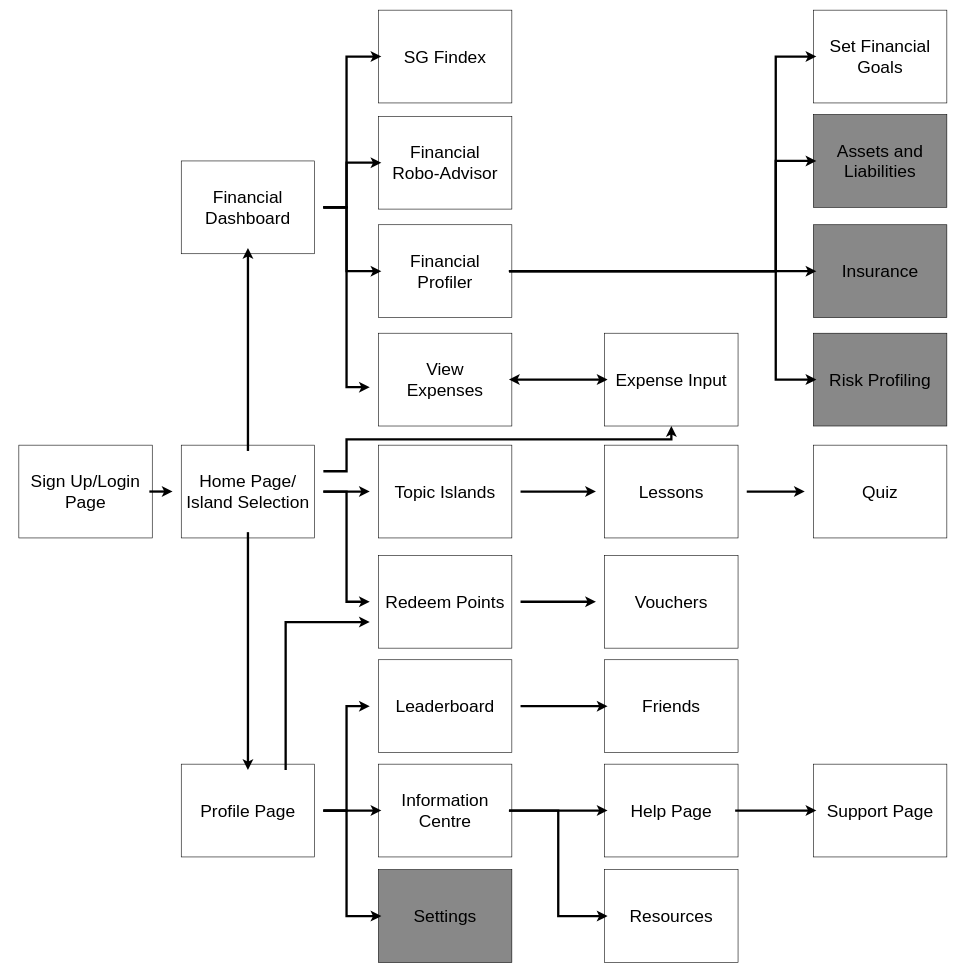
This is FinanceKaki_Iter2.drawio from tigercxx/hello-world, a draw.io file, before an edit. Source tidied: cells renumbered, new cells numbered last; positions are measured from the earlier drawing's top-left corner, leaving out a move shared by most shapes. Both pictures are drawn from the tidied source at 58%, with x=0, y=0 at pixel (10, 10).
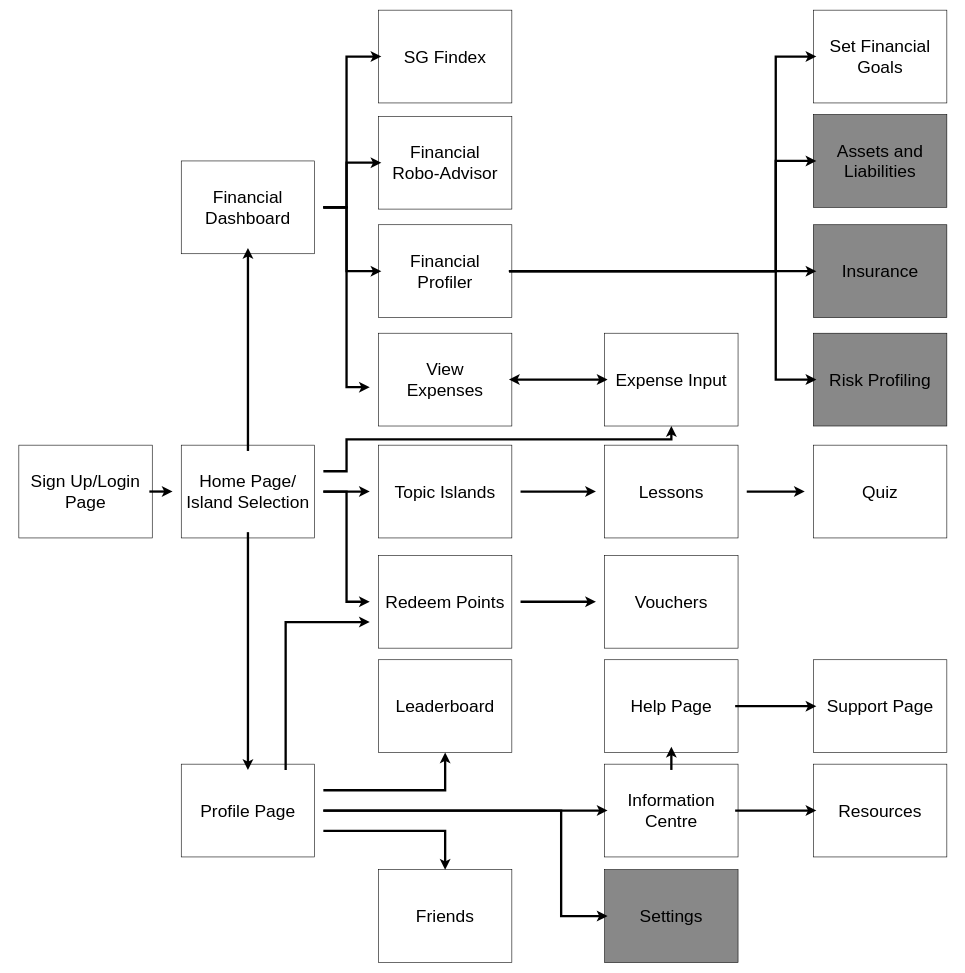
After the change.

The change refers to these unchanged cells:
```xml
<mxCell id="14" value="&lt;font style=&quot;font-size: 30px;&quot;&gt;Profile Page&lt;/font&gt;" style="text;html=1;strokeColor=none;fillColor=none;align=center;verticalAlign=middle;whiteSpace=wrap;rounded=0;" parent="12" vertex="1">
  <mxGeometry y="10" width="260" height="140" as="geometry" />
</mxCell>
<mxCell id="20" value="&lt;span style=&quot;font-size: 30px;&quot;&gt;Lessons&lt;/span&gt;" style="text;html=1;strokeColor=none;fillColor=none;align=center;verticalAlign=middle;whiteSpace=wrap;rounded=0;" parent="18" vertex="1">
  <mxGeometry y="10" width="260" height="140" as="geometry" />
</mxCell>
<mxCell id="23" value="&lt;span style=&quot;font-size: 30px;&quot;&gt;Quiz&lt;/span&gt;" style="text;html=1;strokeColor=none;fillColor=none;align=center;verticalAlign=middle;whiteSpace=wrap;rounded=0;" parent="21" vertex="1">
  <mxGeometry y="10" width="260" height="140" as="geometry" />
</mxCell>
<mxCell id="25" style="rounded=0;whiteSpace=wrap;html=1;" parent="24" vertex="1">
  <mxGeometry x="15" width="230" height="160" as="geometry" />
</mxCell>
<mxCell id="26" value="&lt;span style=&quot;font-size: 30px;&quot;&gt;Leaderboard&lt;/span&gt;" style="text;html=1;strokeColor=none;fillColor=none;align=center;verticalAlign=middle;whiteSpace=wrap;rounded=0;" parent="24" vertex="1">
  <mxGeometry y="10" width="260" height="140" as="geometry" />
</mxCell>
<mxCell id="29" value="&lt;span style=&quot;font-size: 30px;&quot;&gt;Information Centre&lt;/span&gt;" style="text;html=1;strokeColor=none;fillColor=none;align=center;verticalAlign=middle;whiteSpace=wrap;rounded=0;" parent="27" vertex="1">
  <mxGeometry x="20" y="10" width="220" height="140" as="geometry" />
</mxCell>
<mxCell id="35" value="&lt;span style=&quot;font-size: 30px;&quot;&gt;Help Page&lt;/span&gt;" style="text;html=1;strokeColor=none;fillColor=none;align=center;verticalAlign=middle;whiteSpace=wrap;rounded=0;" parent="33" vertex="1">
  <mxGeometry x="20" y="10" width="220" height="140" as="geometry" />
</mxCell>
<mxCell id="47" value="&lt;span style=&quot;font-size: 30px;&quot;&gt;Settings&lt;/span&gt;" style="text;html=1;strokeColor=none;fillColor=none;align=center;verticalAlign=middle;whiteSpace=wrap;rounded=0;" parent="45" vertex="1">
  <mxGeometry x="20" y="10" width="220" height="140" as="geometry" />
</mxCell>
<mxCell id="49" style="rounded=0;whiteSpace=wrap;html=1;" parent="48" vertex="1">
  <mxGeometry x="15" width="230" height="160" as="geometry" />
</mxCell>
<mxCell id="50" value="&lt;span style=&quot;font-size: 30px;&quot;&gt;Friends&lt;/span&gt;" style="text;html=1;strokeColor=none;fillColor=none;align=center;verticalAlign=middle;whiteSpace=wrap;rounded=0;" parent="48" vertex="1">
  <mxGeometry x="20" y="10" width="220" height="140" as="geometry" />
</mxCell>
<mxCell id="53" value="&lt;span style=&quot;font-size: 30px;&quot;&gt;Resources&lt;/span&gt;" style="text;html=1;strokeColor=none;fillColor=none;align=center;verticalAlign=middle;whiteSpace=wrap;rounded=0;" parent="51" vertex="1">
  <mxGeometry x="20" y="10" width="220" height="140" as="geometry" />
</mxCell>
```

What changed in the source:
```diff
@@
     <mxCell id="27" style="group;" parent="1" vertex="1">
-      <mxGeometry x="620" y="1300" width="260" height="160" as="geometry" />
+      <mxGeometry x="1010" y="1300" width="260" height="160" as="geometry" />
     </mxCell>
@@
     <mxCell id="33" style="group;" parent="1" vertex="1">
-      <mxGeometry x="1010" y="1300" width="260" height="160" as="geometry" />
+      <mxGeometry x="1010" y="1120" width="260" height="160" as="geometry" />
     </mxCell>
@@
     <mxCell id="45" style="group;" parent="1" vertex="1">
-      <mxGeometry x="620" y="1482" width="260" height="160" as="geometry" />
+      <mxGeometry x="1010" y="1482" width="260" height="160" as="geometry" />
     </mxCell>
@@
     <mxCell id="48" style="group;" parent="1" vertex="1">
-      <mxGeometry x="1010" y="1120" width="260" height="160" as="geometry" />
+      <mxGeometry x="620" y="1482" width="260" height="160" as="geometry" />
     </mxCell>
@@
     <mxCell id="51" style="group;" parent="1" vertex="1">
-      <mxGeometry x="1010" y="1482" width="260" height="160" as="geometry" />
+      <mxGeometry x="1370" y="1300" width="260" height="160" as="geometry" />
     </mxCell>
@@
-    <mxCell id="62" style="edgeStyle=orthogonalEdgeStyle;rounded=0;jettySize=auto;html=1;exitX=1;exitY=0.5;exitDx=0;exitDy=0;entryX=0;entryY=0.5;entryDx=0;entryDy=0;strokeWidth=4;fontSize=30;" parent="1" edge="1" source="14" target="26">
-      <mxGeometry relative="1" as="geometry" />
-    </mxCell>
@@
     <mxCell id="64" style="edgeStyle=orthogonalEdgeStyle;rounded=0;jettySize=auto;html=1;exitX=1;exitY=0.5;exitDx=0;exitDy=0;entryX=0;entryY=0.5;entryDx=0;entryDy=0;strokeWidth=4;fontSize=30;" parent="1" edge="1" source="14" target="47">
       <mxGeometry relative="1" as="geometry">
         <Array as="points">
-          <mxPoint x="580" y="1380" />
-          <mxPoint x="580" y="1562" />
+          <mxPoint x="950" y="1380" />
+          <mxPoint x="950" y="1562" />
         </Array>
       </mxGeometry>
     </mxCell>
-    <mxCell id="65" style="edgeStyle=orthogonalEdgeStyle;rounded=0;jettySize=auto;html=1;exitX=1;exitY=0.5;exitDx=0;exitDy=0;entryX=0;entryY=0.5;entryDx=0;entryDy=0;strokeWidth=4;fontSize=30;" parent="1" edge="1" source="29" target="35">
-      <mxGeometry relative="1" as="geometry" />
-    </mxCell>
-    <mxCell id="66" style="edgeStyle=orthogonalEdgeStyle;rounded=0;jettySize=auto;html=1;exitX=1;exitY=0.5;exitDx=0;exitDy=0;entryX=0;entryY=0.5;entryDx=0;entryDy=0;strokeWidth=4;fontSize=30;" parent="1" edge="1" source="29" target="53">
-      <mxGeometry relative="1" as="geometry" />
-    </mxCell>
-    <mxCell id="67" style="edgeStyle=orthogonalEdgeStyle;rounded=0;jettySize=auto;html=1;exitX=1;exitY=0.5;exitDx=0;exitDy=0;entryX=0;entryY=0.5;entryDx=0;entryDy=0;strokeWidth=4;fontSize=30;" parent="1" edge="1" source="26" target="50">
-      <mxGeometry relative="1" as="geometry" />
-    </mxCell>
@@
-    <mxCell id="69" style="edgeStyle=orthogonalEdgeStyle;rounded=0;jettySize=auto;html=1;exitX=1;exitY=0.5;exitDx=0;exitDy=0;entryX=0;entryY=0.5;entryDx=0;entryDy=0;strokeWidth=4;fontSize=30;" parent="1" edge="1" source="20" target="23">
-      <mxGeometry relative="1" as="geometry" />
-    </mxCell>
@@
     <mxCell id="74" style="group;" parent="1" vertex="1">
-      <mxGeometry x="1370" y="1300" width="260" height="160" as="geometry" />
+      <mxGeometry x="1370" y="1120" width="260" height="160" as="geometry" />
     </mxCell>
@@
+    <mxCell id="104" style="edgeStyle=orthogonalEdgeStyle;rounded=0;jettySize=auto;html=1;exitX=1;exitY=0.25;exitDx=0;exitDy=0;entryX=0.5;entryY=1;entryDx=0;entryDy=0;strokeWidth=4;endArrow=classic;endFill=1;" parent="1" edge="1" source="14" target="25">
+      <mxGeometry relative="1" as="geometry" />
+    </mxCell>
+    <mxCell id="105" style="edgeStyle=orthogonalEdgeStyle;rounded=0;jettySize=auto;html=1;exitX=1;exitY=0.75;exitDx=0;exitDy=0;entryX=0.5;entryY=0;entryDx=0;entryDy=0;strokeWidth=4;endArrow=classic;endFill=1;" parent="1" edge="1" source="14" target="49">
+      <mxGeometry relative="1" as="geometry" />
+    </mxCell>
+    <mxCell id="65" style="edgeStyle=orthogonalEdgeStyle;rounded=0;jettySize=auto;html=1;exitX=0.5;exitY=0;exitDx=0;exitDy=0;entryX=0.5;entryY=1;entryDx=0;entryDy=0;strokeWidth=4;endArrow=classic;endFill=1;" parent="1" edge="1" source="29" target="35">
+      <mxGeometry relative="1" as="geometry" />
+    </mxCell>
+    <mxCell id="66" style="edgeStyle=orthogonalEdgeStyle;rounded=0;jettySize=auto;html=1;exitX=1;exitY=0.5;exitDx=0;exitDy=0;entryX=0;entryY=0.5;entryDx=0;entryDy=0;strokeWidth=4;endArrow=classic;endFill=1;" parent="1" edge="1" source="29" target="53">
+      <mxGeometry relative="1" as="geometry" />
+    </mxCell>
+    <mxCell id="69" style="edgeStyle=orthogonalEdgeStyle;rounded=0;jettySize=auto;html=1;exitX=1;exitY=0.5;exitDx=0;exitDy=0;strokeWidth=4;endArrow=classic;endFill=1;" parent="1" edge="1" source="20" target="23">
+      <mxGeometry relative="1" as="geometry" />
+    </mxCell>
```
